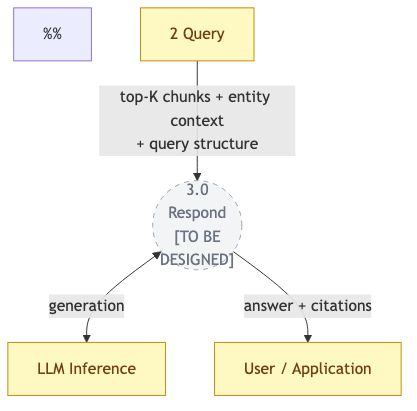
The Mermaid diagram projects/kwaai-knowledge/design/architecture/dfd-3-respond.png in Kwaai-AI-Lab/KwaaiNet, before a commit. Its source is kept beside it as projects/kwaai-knowledge/design/architecture/dfd-3-respond.mmd.
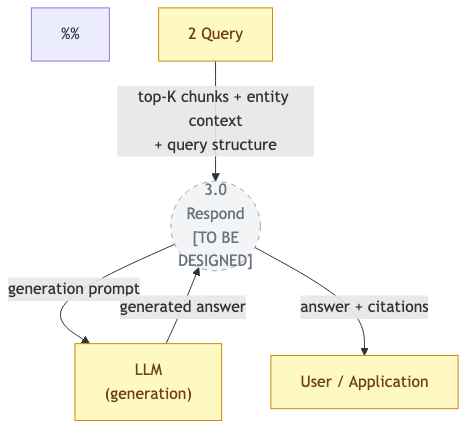
The same file after the commit.

The edit, as a diff of the source:
```diff
@@ -6,10 +6,11 @@
 
     QUERY["2 Query"]:::external
     USER["User / Application"]:::external
-    LLM["LLM Inference"]:::external
+    LLM30["LLM\n(generation)"]:::external
 
     P30(("3.0\nRespond\n[TO BE\nDESIGNED]")):::stub
 
     QUERY -->|"top-K chunks + entity context\n+ query structure"| P30
-    P30 <-->|"generation"| LLM
+    P30 -->|"generation prompt"| LLM30
+    LLM30 -->|"generated answer"| P30
     P30 -->|"answer + citations"| USER
```
